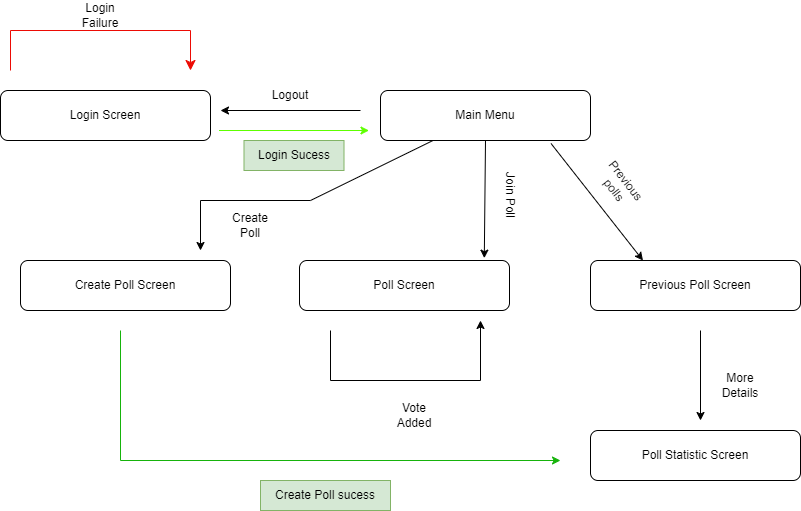
Before: ApplicationFlowDiagram.drawio.png, a diagram exported from draw.io (mikkelgunhildsbu/Dat250GruppeOppgave). Source tidied: cells renumbered, new cells last; positions are measured from the earlier drawing's top-left corner, leaving out a move shared by most shapes. Its diagram source:
```xml
<mxGraphModel>
  <root>
    <mxCell id="0" />
    <mxCell id="1" parent="0" />
    <mxCell id="2" value="Login Screen" style="rounded=1;whiteSpace=wrap;html=1;" parent="1" vertex="1">
      <mxGeometry y="90" width="210" height="50" as="geometry" />
    </mxCell>
    <mxCell id="3" style="edgeStyle=elbowEdgeStyle;elbow=vertical;endArrow=classic;html=1;curved=0;rounded=0;endSize=8;startSize=8;fillColor=#f8cecc;strokeColor=#ec0b04;" parent="1" edge="1">
      <mxGeometry relative="1" as="geometry">
        <mxPoint x="10" y="70" as="sourcePoint" />
        <mxPoint x="190" y="70" as="targetPoint" />
        <Array as="points">
          <mxPoint x="85" y="30" />
        </Array>
      </mxGeometry>
    </mxCell>
    <mxCell id="4" value="Login Failure" style="text;html=1;strokeColor=none;fillColor=none;align=center;verticalAlign=middle;whiteSpace=wrap;rounded=0;" parent="1" vertex="1">
      <mxGeometry x="70" width="60" height="30" as="geometry" />
    </mxCell>
    <mxCell id="5" value="Main Menu" style="rounded=1;whiteSpace=wrap;html=1;" parent="1" vertex="1">
      <mxGeometry x="380" y="90" width="210" height="50" as="geometry" />
    </mxCell>
    <mxCell id="6" style="endArrow=classic;html=1;rounded=0;fillColor=#d5e8d4;strokeColor=#5eff00;" parent="1" edge="1">
      <mxGeometry relative="1" as="geometry">
        <mxPoint x="218.5" y="130" as="sourcePoint" />
        <mxPoint x="368.5" y="130" as="targetPoint" />
      </mxGeometry>
    </mxCell>
    <mxCell id="7" value="Login Sucess" style="text;html=1;strokeColor=#82b366;fillColor=#d5e8d4;align=center;verticalAlign=middle;whiteSpace=wrap;rounded=0;" parent="1" vertex="1">
      <mxGeometry x="243.5" y="140" width="100" height="30" as="geometry" />
    </mxCell>
    <mxCell id="8" style="endArrow=classic;html=1;rounded=0;" parent="1" edge="1">
      <mxGeometry relative="1" as="geometry">
        <mxPoint x="360" y="110" as="sourcePoint" />
        <mxPoint x="220" y="110" as="targetPoint" />
      </mxGeometry>
    </mxCell>
    <mxCell id="9" value="Logout" style="text;html=1;strokeColor=none;fillColor=none;align=center;verticalAlign=middle;whiteSpace=wrap;rounded=0;" parent="1" vertex="1">
      <mxGeometry x="260" y="80" width="60" height="30" as="geometry" />
    </mxCell>
    <mxCell id="10" value="Create Poll Screen" style="rounded=1;whiteSpace=wrap;html=1;" parent="1" vertex="1">
      <mxGeometry x="20" y="260" width="210" height="50" as="geometry" />
    </mxCell>
    <mxCell id="11" value="Poll Screen" style="rounded=1;whiteSpace=wrap;html=1;" parent="1" vertex="1">
      <mxGeometry x="299" y="260" width="210" height="50" as="geometry" />
    </mxCell>
    <mxCell id="12" value="Previous Poll Screen" style="rounded=1;whiteSpace=wrap;html=1;" parent="1" vertex="1">
      <mxGeometry x="590" y="260" width="210" height="50" as="geometry" />
    </mxCell>
    <mxCell id="13" style="endArrow=classic;html=1;rounded=0;exitX=0.25;exitY=1;exitDx=0;exitDy=0;" parent="1" edge="1" source="5">
      <mxGeometry relative="1" as="geometry">
        <mxPoint x="200" y="250" as="targetPoint" />
        <Array as="points">
          <mxPoint x="310" y="200" />
          <mxPoint x="200" y="200" />
        </Array>
      </mxGeometry>
    </mxCell>
    <mxCell id="14" style="endArrow=classic;html=1;rounded=0;exitX=0.5;exitY=1;exitDx=0;exitDy=0;entryX=0.88;entryY=-0.047;entryDx=0;entryDy=0;entryPerimeter=0;" parent="1" edge="1" source="5" target="11">
      <mxGeometry relative="1" as="geometry" />
    </mxCell>
    <mxCell id="15" style="endArrow=classic;html=1;rounded=0;exitX=0.812;exitY=1.06;exitDx=0;exitDy=0;exitPerimeter=0;entryX=0.25;entryY=0;entryDx=0;entryDy=0;" parent="1" edge="1" source="5" target="12">
      <mxGeometry relative="1" as="geometry" />
    </mxCell>
    <mxCell id="16" value="Previous polls" style="text;html=1;strokeColor=none;fillColor=none;align=center;verticalAlign=middle;whiteSpace=wrap;rounded=0;rotation=52;" parent="1" vertex="1">
      <mxGeometry x="590" y="170" width="60" height="30" as="geometry" />
    </mxCell>
    <mxCell id="17" value="Join Poll" style="text;html=1;strokeColor=none;fillColor=none;align=center;verticalAlign=middle;whiteSpace=wrap;rounded=0;rotation=90;" parent="1" vertex="1">
      <mxGeometry x="480" y="180" width="60" height="30" as="geometry" />
    </mxCell>
    <mxCell id="18" value="Create Poll" style="text;html=1;strokeColor=none;fillColor=none;align=center;verticalAlign=middle;whiteSpace=wrap;rounded=0;" parent="1" vertex="1">
      <mxGeometry x="220" y="210" width="60" height="30" as="geometry" />
    </mxCell>
    <mxCell id="19" style="endArrow=classic;html=1;rounded=0;" parent="1" edge="1">
      <mxGeometry relative="1" as="geometry">
        <mxPoint x="330" y="330" as="sourcePoint" />
        <mxPoint x="480" y="320" as="targetPoint" />
        <Array as="points">
          <mxPoint x="330" y="380" />
          <mxPoint x="480" y="380" />
        </Array>
      </mxGeometry>
    </mxCell>
    <mxCell id="20" value="Vote Added" style="text;html=1;strokeColor=none;fillColor=none;align=center;verticalAlign=middle;whiteSpace=wrap;rounded=0;" parent="1" vertex="1">
      <mxGeometry x="384" y="400" width="60" height="30" as="geometry" />
    </mxCell>
    <mxCell id="21" style="endArrow=classic;html=1;rounded=0;" parent="1" edge="1">
      <mxGeometry relative="1" as="geometry">
        <mxPoint x="700" y="330" as="sourcePoint" />
        <mxPoint x="700" y="420" as="targetPoint" />
      </mxGeometry>
    </mxCell>
    <mxCell id="22" value="Poll Statistic Screen" style="rounded=1;whiteSpace=wrap;html=1;" parent="1" vertex="1">
      <mxGeometry x="590" y="430" width="210" height="50" as="geometry" />
    </mxCell>
    <mxCell id="23" value="More Details" style="text;html=1;strokeColor=none;fillColor=none;align=center;verticalAlign=middle;whiteSpace=wrap;rounded=0;" parent="1" vertex="1">
      <mxGeometry x="710" y="370" width="60" height="30" as="geometry" />
    </mxCell>
    <mxCell id="24" style="endArrow=classic;html=1;rounded=0;fillColor=#d5e8d4;strokeColor=#16B30B;" parent="1" edge="1">
      <mxGeometry relative="1" as="geometry">
        <mxPoint x="120" y="330" as="sourcePoint" />
        <mxPoint x="560" y="460" as="targetPoint" />
        <Array as="points">
          <mxPoint x="120" y="460" />
        </Array>
      </mxGeometry>
    </mxCell>
    <mxCell id="25" value="Create Poll sucess" style="text;html=1;strokeColor=#82b366;fillColor=#d5e8d4;align=center;verticalAlign=middle;whiteSpace=wrap;rounded=0;" parent="1" vertex="1">
      <mxGeometry x="260" y="480" width="130" height="30" as="geometry" />
    </mxCell>
  </root>
</mxGraphModel>
```
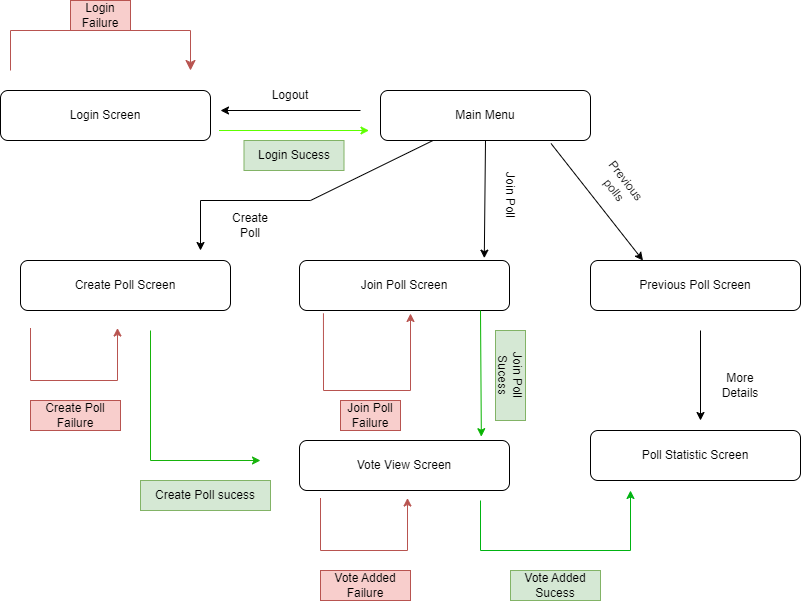
The same diagram one commit later.

What changed in the source:
```diff
@@ -5,7 +5,7 @@
     <mxCell id="2" value="Login Screen" style="rounded=1;whiteSpace=wrap;html=1;" parent="1" vertex="1">
       <mxGeometry y="90" width="210" height="50" as="geometry" />
     </mxCell>
-    <mxCell id="3" style="edgeStyle=elbowEdgeStyle;elbow=vertical;endArrow=classic;html=1;curved=0;rounded=0;endSize=8;startSize=8;fillColor=#f8cecc;strokeColor=#ec0b04;" parent="1" edge="1">
+    <mxCell id="3" style="edgeStyle=elbowEdgeStyle;elbow=vertical;endArrow=classic;html=1;curved=0;rounded=0;endSize=8;startSize=8;fillColor=#f8cecc;strokeColor=#b85450;" parent="1" edge="1">
       <mxGeometry relative="1" as="geometry">
         <mxPoint x="10" y="70" as="sourcePoint" />
         <mxPoint x="190" y="70" as="targetPoint" />
@@ -14,7 +14,7 @@
         </Array>
       </mxGeometry>
     </mxCell>
-    <mxCell id="4" value="Login Failure" style="text;html=1;strokeColor=none;fillColor=none;align=center;verticalAlign=middle;whiteSpace=wrap;rounded=0;" parent="1" vertex="1">
+    <mxCell id="4" value="Login Failure" style="text;html=1;strokeColor=#b85450;fillColor=#f8cecc;align=center;verticalAlign=middle;whiteSpace=wrap;rounded=0;" parent="1" vertex="1">
       <mxGeometry x="70" width="60" height="30" as="geometry" />
     </mxCell>
     <mxCell id="5" value="Main Menu" style="rounded=1;whiteSpace=wrap;html=1;" parent="1" vertex="1">
@@ -41,7 +41,7 @@
     <mxCell id="10" value="Create Poll Screen" style="rounded=1;whiteSpace=wrap;html=1;" parent="1" vertex="1">
       <mxGeometry x="20" y="260" width="210" height="50" as="geometry" />
     </mxCell>
-    <mxCell id="11" value="Poll Screen" style="rounded=1;whiteSpace=wrap;html=1;" parent="1" vertex="1">
+    <mxCell id="11" value="Join Poll Screen" style="rounded=1;whiteSpace=wrap;html=1;" parent="1" vertex="1">
       <mxGeometry x="299" y="260" width="210" height="50" as="geometry" />
     </mxCell>
     <mxCell id="12" value="Previous Poll Screen" style="rounded=1;whiteSpace=wrap;html=1;" parent="1" vertex="1">
@@ -71,18 +71,18 @@
     <mxCell id="18" value="Create Poll" style="text;html=1;strokeColor=none;fillColor=none;align=center;verticalAlign=middle;whiteSpace=wrap;rounded=0;" parent="1" vertex="1">
       <mxGeometry x="220" y="210" width="60" height="30" as="geometry" />
     </mxCell>
-    <mxCell id="19" style="endArrow=classic;html=1;rounded=0;" parent="1" edge="1">
+    <mxCell id="19" style="endArrow=classic;html=1;rounded=0;fillColor=#d5e8d4;strokeColor=#00B312;" parent="1" edge="1">
       <mxGeometry relative="1" as="geometry">
-        <mxPoint x="330" y="330" as="sourcePoint" />
-        <mxPoint x="480" y="320" as="targetPoint" />
+        <mxPoint x="480" y="500" as="sourcePoint" />
+        <mxPoint x="630" y="490" as="targetPoint" />
         <Array as="points">
-          <mxPoint x="330" y="380" />
-          <mxPoint x="480" y="380" />
+          <mxPoint x="480" y="550" />
+          <mxPoint x="630" y="550" />
         </Array>
       </mxGeometry>
     </mxCell>
-    <mxCell id="20" value="Vote Added" style="text;html=1;strokeColor=none;fillColor=none;align=center;verticalAlign=middle;whiteSpace=wrap;rounded=0;" parent="1" vertex="1">
-      <mxGeometry x="384" y="400" width="60" height="30" as="geometry" />
+    <mxCell id="20" value="Vote Added Sucess" style="text;html=1;strokeColor=#82b366;fillColor=#d5e8d4;align=center;verticalAlign=middle;whiteSpace=wrap;rounded=0;" parent="1" vertex="1">
+      <mxGeometry x="510" y="570" width="90" height="30" as="geometry" />
     </mxCell>
     <mxCell id="21" style="endArrow=classic;html=1;rounded=0;" parent="1" edge="1">
       <mxGeometry relative="1" as="geometry">
@@ -98,15 +98,65 @@
     </mxCell>
     <mxCell id="24" style="endArrow=classic;html=1;rounded=0;fillColor=#d5e8d4;strokeColor=#16B30B;" parent="1" edge="1">
       <mxGeometry relative="1" as="geometry">
-        <mxPoint x="120" y="330" as="sourcePoint" />
-        <mxPoint x="560" y="460" as="targetPoint" />
+        <mxPoint x="150" y="330" as="sourcePoint" />
+        <mxPoint x="260" y="460" as="targetPoint" />
         <Array as="points">
-          <mxPoint x="120" y="460" />
+          <mxPoint x="150" y="460" />
         </Array>
       </mxGeometry>
     </mxCell>
     <mxCell id="25" value="Create Poll sucess" style="text;html=1;strokeColor=#82b366;fillColor=#d5e8d4;align=center;verticalAlign=middle;whiteSpace=wrap;rounded=0;" parent="1" vertex="1">
-      <mxGeometry x="260" y="480" width="130" height="30" as="geometry" />
+      <mxGeometry x="140" y="480" width="130" height="30" as="geometry" />
     </mxCell>
+    <mxCell id="26" value="Vote View Screen" style="rounded=1;whiteSpace=wrap;html=1;" parent="1" vertex="1">
+      <mxGeometry x="299" y="440" width="210" height="50" as="geometry" />
+    </mxCell>
+    <mxCell id="27" style="endArrow=classic;html=1;rounded=0;exitX=0.902;exitY=1.038;exitDx=0;exitDy=0;exitPerimeter=0;entryX=0.906;entryY=-0.038;entryDx=0;entryDy=0;entryPerimeter=0;fillColor=#d5e8d4;strokeColor=#06B300;" parent="1" edge="1">
+      <mxGeometry relative="1" as="geometry">
+        <mxPoint x="480" y="310" as="sourcePoint" />
+        <mxPoint x="480.8" y="436.2" as="targetPoint" />
+      </mxGeometry>
+    </mxCell>
+    <mxCell id="28" value="Join Poll Sucess" style="text;html=1;strokeColor=#82b366;fillColor=#d5e8d4;align=center;verticalAlign=middle;whiteSpace=wrap;rounded=0;rotation=90;" parent="1" vertex="1">
+      <mxGeometry x="465" y="360" width="90" height="30" as="geometry" />
+    </mxCell>
+    <mxCell id="29" style="endArrow=classic;html=1;rounded=0;exitX=0.114;exitY=1.056;exitDx=0;exitDy=0;exitPerimeter=0;fillColor=#f8cecc;strokeColor=#b85450;" parent="1" edge="1" source="11">
+      <mxGeometry relative="1" as="geometry">
+        <mxPoint x="410" y="313" as="targetPoint" />
+        <Array as="points">
+          <mxPoint x="323" y="390" />
+          <mxPoint x="410" y="390" />
+        </Array>
+      </mxGeometry>
+    </mxCell>
+    <mxCell id="30" value="Join Poll Failure" style="text;html=1;strokeColor=#b85450;fillColor=#f8cecc;align=center;verticalAlign=middle;whiteSpace=wrap;rounded=0;" parent="1" vertex="1">
+      <mxGeometry x="340" y="400" width="60" height="30" as="geometry" />
+    </mxCell>
+    <mxCell id="31" style="endArrow=classic;html=1;rounded=0;exitX=0.114;exitY=1.056;exitDx=0;exitDy=0;exitPerimeter=0;fillColor=#f8cecc;strokeColor=#b85450;" parent="1" edge="1">
+      <mxGeometry relative="1" as="geometry">
+        <mxPoint x="320" y="497.5" as="sourcePoint" />
+        <mxPoint x="407" y="497.5" as="targetPoint" />
+        <Array as="points">
+          <mxPoint x="320" y="550" />
+          <mxPoint x="407" y="550" />
+        </Array>
+      </mxGeometry>
+    </mxCell>
+    <mxCell id="32" value="Vote Added Failure" style="text;html=1;strokeColor=#b85450;fillColor=#f8cecc;align=center;verticalAlign=middle;whiteSpace=wrap;rounded=0;" parent="1" vertex="1">
+      <mxGeometry x="320" y="570" width="90" height="30" as="geometry" />
+    </mxCell>
+    <mxCell id="33" style="endArrow=classic;html=1;rounded=0;exitX=0.114;exitY=1.056;exitDx=0;exitDy=0;exitPerimeter=0;fillColor=#f8cecc;strokeColor=#b85450;" parent="1" edge="1">
+      <mxGeometry relative="1" as="geometry">
+        <mxPoint x="30" y="327.5" as="sourcePoint" />
+        <mxPoint x="117" y="327.5" as="targetPoint" />
+        <Array as="points">
+          <mxPoint x="30" y="380" />
+          <mxPoint x="117" y="380" />
+        </Array>
+      </mxGeometry>
+    </mxCell>
+    <mxCell id="34" value="Create Poll Failure" style="text;html=1;strokeColor=#b85450;fillColor=#f8cecc;align=center;verticalAlign=middle;whiteSpace=wrap;rounded=0;" parent="1" vertex="1">
+      <mxGeometry x="30" y="400" width="90" height="30" as="geometry" />
+    </mxCell>
   </root>
 </mxGraphModel>
```
